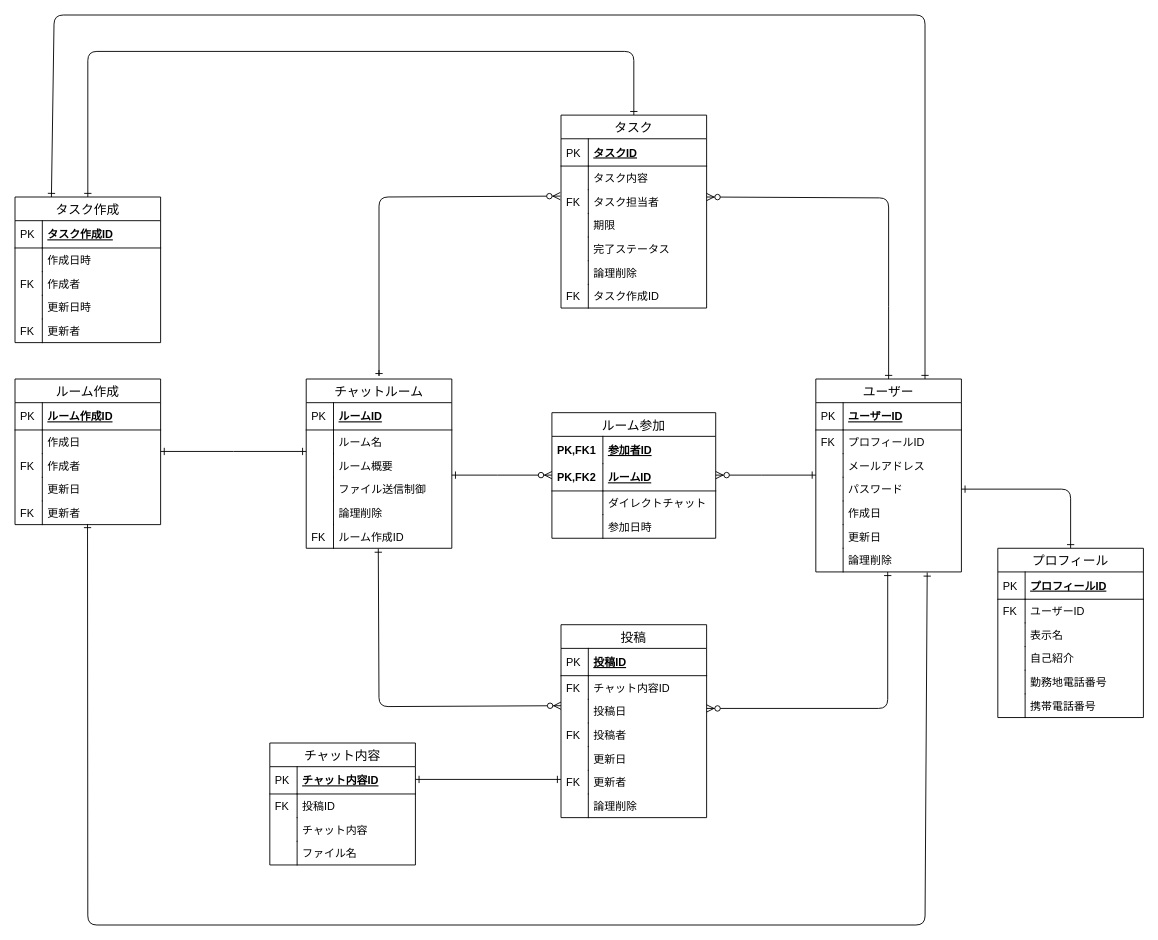
oyoyo55/quelcode-db keeps this draw.io diagram as db/db-challenge1/er.drawio. Above is the earlier version. Source tidied: cells renumbered, new cells numbered last; positions are measured from the earlier drawing's top-left corner, leaving out a move shared by most shapes. Both pictures are drawn from the tidied source at 91%, with x=0, y=0 at pixel (15, 15).
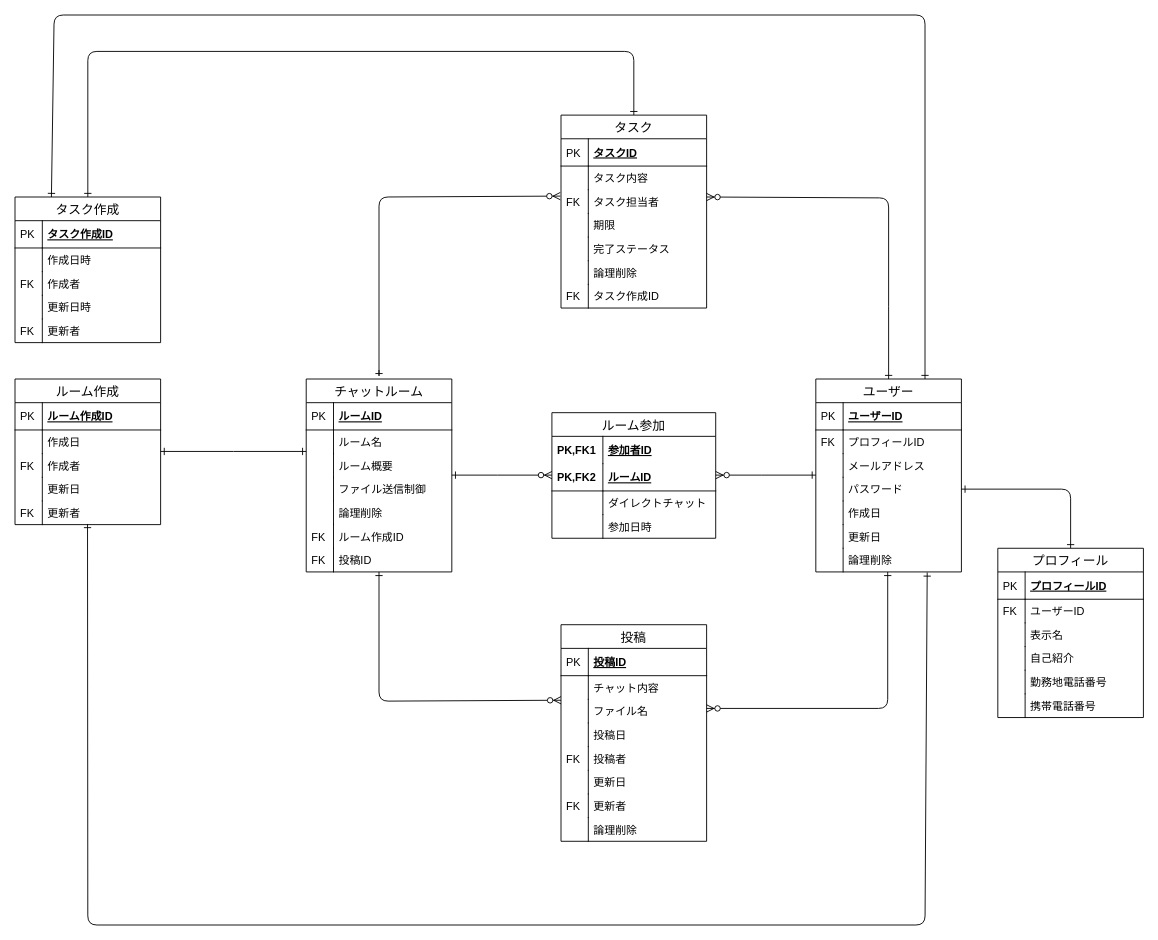
The same page after the edit.

Commit message:
投稿とチャット内容テーブル合体

投稿とチャットルームを紐づける外部キー登校IDの追加

Unchanged cells that the change refers to:
```xml
<mxCell id="15" value="ルーム作成ID" style="shape=partialRectangle;top=0;left=0;right=0;bottom=0;align=left;verticalAlign=top;fillColor=none;spacingLeft=34;spacingRight=4;overflow=hidden;points=[[0,0.5],[1,0.5]];portConstraint=eastwest;fontSize=12;" parent="4" vertex="1">
  <mxGeometry y="160" width="160" height="26" as="geometry" />
</mxCell>
```

The edit, as a diff of the source:
```diff
@@
     <mxCell id="4" value="チャットルーム" style="swimlane;fontStyle=0;horizontal=1;startSize=26;align=center;fontSize=14;" parent="1" vertex="1">
-      <mxGeometry x="320" y="400" width="160" height="186" as="geometry" />
+      <mxGeometry x="320" y="400" width="160" height="212" as="geometry" />
     </mxCell>
@@
+    <mxCell id="104" value="投稿ID" style="shape=partialRectangle;top=0;left=0;right=0;bottom=0;align=left;verticalAlign=top;fillColor=none;spacingLeft=34;spacingRight=4;overflow=hidden;fontSize=12;" parent="4" vertex="1">
+      <mxGeometry y="186" width="160" height="26" as="geometry" />
+    </mxCell>
+    <mxCell id="105" value="FK" style="shape=partialRectangle;top=0;left=0;bottom=0;fillColor=none;align=left;verticalAlign=top;spacingLeft=4;spacingRight=4;overflow=hidden;fontSize=12;" parent="104" vertex="1">
+      <mxGeometry width="30" height="26" as="geometry" />
+    </mxCell>
@@
     <mxCell id="56" value="投稿" style="swimlane;fontStyle=0;horizontal=1;startSize=26;align=center;fontSize=14;" parent="1" vertex="1">
-      <mxGeometry x="600" y="670" width="160" height="212" as="geometry" />
+      <mxGeometry x="600" y="670" width="160" height="238" as="geometry" />
     </mxCell>
@@
-    <mxCell id="59" value="チャット内容ID" style="shape=partialRectangle;top=0;left=0;right=0;bottom=0;align=left;verticalAlign=top;fillColor=none;spacingLeft=34;spacingRight=4;overflow=hidden;fontSize=12;" parent="56" vertex="1">
+    <mxCell id="59" value="チャット内容" style="shape=partialRectangle;top=0;left=0;right=0;bottom=0;align=left;verticalAlign=top;fillColor=none;spacingLeft=34;spacingRight=4;overflow=hidden;fontSize=12;" parent="56" vertex="1">
       <mxGeometry y="56" width="160" height="26" as="geometry" />
     </mxCell>
-    <mxCell id="60" value="FK" style="shape=partialRectangle;top=0;left=0;bottom=0;fillColor=none;align=left;verticalAlign=top;spacingLeft=4;spacingRight=4;overflow=hidden;fontSize=12;" parent="59" vertex="1">
+    <mxCell id="60" style="shape=partialRectangle;top=0;left=0;bottom=0;fillColor=none;align=left;verticalAlign=top;spacingLeft=4;spacingRight=4;overflow=hidden;fontSize=12;" parent="59" vertex="1">
       <mxGeometry width="30" height="26" as="geometry" />
     </mxCell>
+    <mxCell id="108" value="ファイル名" style="shape=partialRectangle;top=0;left=0;right=0;bottom=0;align=left;verticalAlign=top;fillColor=none;spacingLeft=34;spacingRight=4;overflow=hidden;fontSize=12;" parent="56" vertex="1">
+      <mxGeometry y="82" width="160" height="26" as="geometry" />
+    </mxCell>
+    <mxCell id="125" style="shape=partialRectangle;top=0;left=0;bottom=0;fillColor=none;align=left;verticalAlign=top;spacingLeft=4;spacingRight=4;overflow=hidden;fontSize=12;" parent="108" vertex="1">
+      <mxGeometry width="30" height="26" as="geometry" />
+    </mxCell>
     <mxCell id="61" value="投稿日" style="shape=partialRectangle;top=0;left=0;right=0;bottom=0;align=left;verticalAlign=top;fillColor=none;spacingLeft=34;spacingRight=4;overflow=hidden;fontSize=12;" parent="56" vertex="1">
-      <mxGeometry y="82" width="160" height="26" as="geometry" />
+      <mxGeometry y="108" width="160" height="26" as="geometry" />
     </mxCell>
@@
     <mxCell id="63" value="投稿者" style="shape=partialRectangle;top=0;left=0;right=0;bottom=0;align=left;verticalAlign=top;fillColor=none;spacingLeft=34;spacingRight=4;overflow=hidden;fontSize=12;" parent="56" vertex="1">
-      <mxGeometry y="108" width="160" height="26" as="geometry" />
+      <mxGeometry y="134" width="160" height="26" as="geometry" />
     </mxCell>
@@
     <mxCell id="65" value="更新日" style="shape=partialRectangle;top=0;left=0;right=0;bottom=0;align=left;verticalAlign=top;fillColor=none;spacingLeft=34;spacingRight=4;overflow=hidden;fontSize=12;" parent="56" vertex="1">
-      <mxGeometry y="134" width="160" height="26" as="geometry" />
+      <mxGeometry y="160" width="160" height="26" as="geometry" />
     </mxCell>
@@
     <mxCell id="67" value="更新者" style="shape=partialRectangle;top=0;left=0;right=0;bottom=0;align=left;verticalAlign=top;fillColor=none;spacingLeft=34;spacingRight=4;overflow=hidden;fontSize=12;" parent="56" vertex="1">
-      <mxGeometry y="160" width="160" height="26" as="geometry" />
+      <mxGeometry y="186" width="160" height="26" as="geometry" />
     </mxCell>
@@
     <mxCell id="69" value="論理削除" style="shape=partialRectangle;top=0;left=0;right=0;bottom=0;align=left;verticalAlign=top;fillColor=none;spacingLeft=34;spacingRight=4;overflow=hidden;fontSize=12;" parent="56" vertex="1">
-      <mxGeometry y="186" width="160" height="26" as="geometry" />
+      <mxGeometry y="212" width="160" height="26" as="geometry" />
     </mxCell>
@@
-    <mxCell id="100" style="fontSize=12;html=1;endArrow=ERzeroToMany;startArrow=ERone;exitX=0.495;exitY=1.013;exitDx=0;exitDy=0;exitPerimeter=0;startFill=0;" parent="1" edge="1" source="15">
+    <mxCell id="100" style="fontSize=12;html=1;endArrow=ERzeroToMany;startArrow=ERone;startFill=0;" parent="1" edge="1">
       <mxGeometry relative="1" as="geometry">
-        <mxPoint x="600" y="759" as="targetPoint" />
+        <mxPoint x="400" y="612" as="sourcePoint" />
+        <mxPoint x="600" y="753" as="targetPoint" />
         <Array as="points">
-          <mxPoint x="400" y="760" />
+          <mxPoint x="400" y="754" />
         </Array>
       </mxGeometry>
     </mxCell>
-    <mxCell id="101" value="チャット内容" style="swimlane;fontStyle=0;horizontal=1;startSize=26;align=center;fontSize=14;" parent="1" vertex="1">
-      <mxGeometry x="280" y="800" width="160" height="134" as="geometry" />
-    </mxCell>
-    <mxCell id="102" value="チャット内容ID" style="shape=partialRectangle;top=0;left=0;right=0;bottom=1;align=left;verticalAlign=middle;fillColor=none;spacingLeft=34;spacingRight=4;overflow=hidden;fontStyle=5;fontSize=12;" parent="101" vertex="1">
-      <mxGeometry y="26" width="160" height="30" as="geometry" />
-    </mxCell>
-    <mxCell id="103" value="PK" style="shape=partialRectangle;top=0;left=0;bottom=0;fillColor=none;align=left;verticalAlign=middle;spacingLeft=4;spacingRight=4;overflow=hidden;fontSize=12;" parent="102" vertex="1">
-      <mxGeometry width="30" height="30" as="geometry" />
-    </mxCell>
-    <mxCell id="104" value="投稿ID" style="shape=partialRectangle;top=0;left=0;right=0;bottom=0;align=left;verticalAlign=top;fillColor=none;spacingLeft=34;spacingRight=4;overflow=hidden;fontSize=12;" parent="101" vertex="1">
-      <mxGeometry y="56" width="160" height="26" as="geometry" />
-    </mxCell>
-    <mxCell id="105" value="FK" style="shape=partialRectangle;top=0;left=0;bottom=0;fillColor=none;align=left;verticalAlign=top;spacingLeft=4;spacingRight=4;overflow=hidden;fontSize=12;" parent="104" vertex="1">
-      <mxGeometry width="30" height="26" as="geometry" />
-    </mxCell>
-    <mxCell id="106" value="チャット内容" style="shape=partialRectangle;top=0;left=0;right=0;bottom=0;align=left;verticalAlign=top;fillColor=none;spacingLeft=34;spacingRight=4;overflow=hidden;fontSize=12;" parent="101" vertex="1">
-      <mxGeometry y="82" width="160" height="26" as="geometry" />
-    </mxCell>
-    <mxCell id="107" style="shape=partialRectangle;top=0;left=0;bottom=0;fillColor=none;align=left;verticalAlign=top;spacingLeft=4;spacingRight=4;overflow=hidden;fontSize=12;" parent="106" vertex="1">
-      <mxGeometry width="30" height="26" as="geometry" />
-    </mxCell>
-    <mxCell id="108" value="ファイル名" style="shape=partialRectangle;top=0;left=0;right=0;bottom=0;align=left;verticalAlign=top;fillColor=none;spacingLeft=34;spacingRight=4;overflow=hidden;fontSize=12;" parent="101" vertex="1">
-      <mxGeometry y="108" width="160" height="26" as="geometry" />
-    </mxCell>
-    <mxCell id="109" style="shape=partialRectangle;top=0;left=0;bottom=0;fillColor=none;align=left;verticalAlign=top;spacingLeft=4;spacingRight=4;overflow=hidden;fontSize=12;" parent="108" vertex="1">
-      <mxGeometry width="30" height="26" as="geometry" />
-    </mxCell>
-    <mxCell id="110" style="endArrow=ERone;html=1;rounded=0;startArrow=ERone;startFill=0;endFill=0;" parent="1" edge="1">
-      <mxGeometry relative="1" as="geometry">
-        <mxPoint x="440" y="840" as="sourcePoint" />
-        <mxPoint x="600" y="840" as="targetPoint" />
-      </mxGeometry>
-    </mxCell>
```
